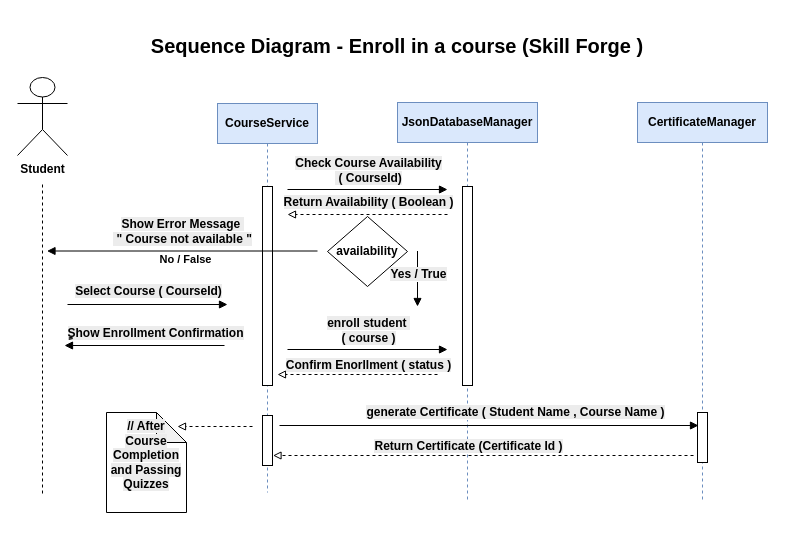
This is Lab6_Sequence_Diagram.drawio from Bodaman74/OOP-Lab6, a draw.io file, before an edit. Source tidied: cells renumbered, new cells numbered last; positions are measured from the earlier drawing's top-left corner, leaving out a move shared by most shapes. Both pictures are drawn from the tidied source at 100%, with x=0, y=0 at pixel (17, 17).
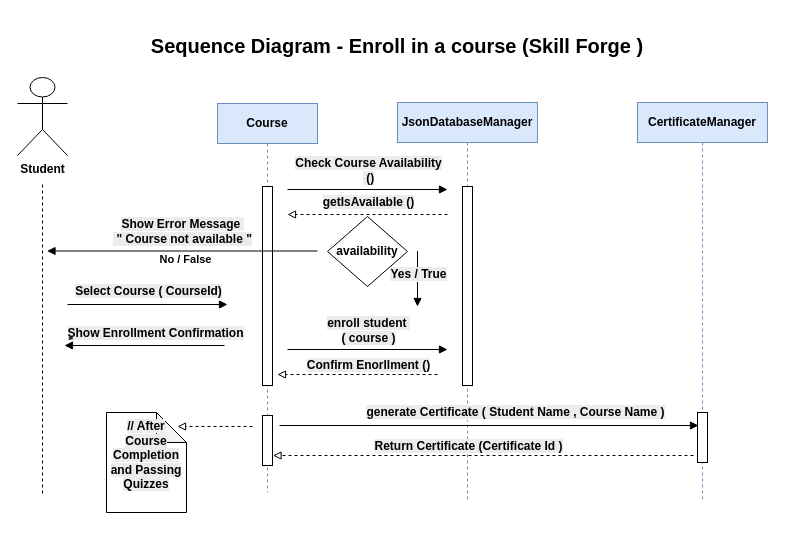
Above is the later version.

Unchanged cells that the change refers to:
```xml
<mxCell id="7" style="html=1;verticalAlign=bottom;labelBackgroundColor=none;endArrow=block;endFill=1;rounded=0;" parent="1" edge="1">
  <mxGeometry relative="1" as="geometry">
    <mxPoint x="270" y="172" as="sourcePoint" />
    <mxPoint x="430" y="172" as="targetPoint" />
  </mxGeometry>
</mxCell>
<mxCell id="9" style="html=1;verticalAlign=bottom;labelBackgroundColor=none;endArrow=block;endFill=0;rounded=0;strokeColor=default;dashed=1;" parent="1" edge="1">
  <mxGeometry relative="1" as="geometry">
    <mxPoint x="430" y="197" as="sourcePoint" />
    <mxPoint x="270" y="197" as="targetPoint" />
  </mxGeometry>
</mxCell>
<mxCell id="13" style="html=1;verticalAlign=bottom;labelBackgroundColor=none;endArrow=block;endFill=0;rounded=0;strokeColor=default;dashed=1;" parent="1" edge="1">
  <mxGeometry relative="1" as="geometry">
    <mxPoint x="420" y="357" as="sourcePoint" />
    <mxPoint x="260" y="357" as="targetPoint" />
  </mxGeometry>
</mxCell>
```

Change to the diagram source:
```diff
@@
-    <mxCell id="4" value="&lt;b&gt;CourseService&lt;/b&gt;" style="shape=umlLifeline;perimeter=lifelinePerimeter;whiteSpace=wrap;html=1;newEdgeStyle={&quot;edgeStyle&quot;:&quot;elbowEdgeStyle&quot;,&quot;elbow&quot;:&quot;vertical&quot;,&quot;curved&quot;:0,&quot;rounded&quot;:0};fillColor=#dae8fc;strokeColor=#6c8ebf;" parent="1" vertex="1">
+    <mxCell id="4" value="&lt;b&gt;Course&lt;/b&gt;" style="shape=umlLifeline;perimeter=lifelinePerimeter;whiteSpace=wrap;html=1;newEdgeStyle={&quot;edgeStyle&quot;:&quot;elbowEdgeStyle&quot;,&quot;elbow&quot;:&quot;vertical&quot;,&quot;curved&quot;:0,&quot;rounded&quot;:0};fillColor=#dae8fc;strokeColor=#6c8ebf;" parent="1" vertex="1">
       <mxGeometry x="200" y="86" width="100" height="389" as="geometry" />
     </mxCell>
@@
-    <mxCell id="8" value="&lt;b style=&quot;font-size: 12px; background-color: rgb(236, 236, 236);&quot;&gt;Check Course Availability&lt;/b&gt;&lt;div&gt;&lt;b style=&quot;font-size: 12px; background-color: rgb(236, 236, 236);&quot;&gt;&amp;nbsp;( CourseId)&lt;/b&gt;&lt;/div&gt;" style="edgeLabel;html=1;align=center;verticalAlign=middle;" parent="7" vertex="1">
+    <mxCell id="8" value="&lt;b style=&quot;font-size: 12px; background-color: rgb(236, 236, 236);&quot;&gt;Check Course Availability&lt;/b&gt;&lt;div&gt;&lt;b style=&quot;font-size: 12px; background-color: rgb(236, 236, 236);&quot;&gt;&amp;nbsp;()&lt;/b&gt;&lt;/div&gt;" style="edgeLabel;html=1;align=center;verticalAlign=middle;" parent="7" vertex="1">
       <mxGeometry x="0.2" y="4" relative="1" as="geometry">
         <mxPoint x="-16" y="-16" as="offset" />
       </mxGeometry>
     </mxCell>
@@
-    <mxCell id="10" value="&lt;b style=&quot;font-size: 12px; background-color: rgb(236, 236, 236);&quot;&gt;Return Availability ( Boolean )&lt;/b&gt;" style="edgeLabel;html=1;align=center;verticalAlign=middle;" parent="9" vertex="1">
+    <mxCell id="10" value="&lt;span style=&quot;font-size: 12px; background-color: rgb(236, 236, 236);&quot;&gt;&lt;b&gt;getIsAvailable ()&lt;/b&gt;&lt;/span&gt;" style="edgeLabel;html=1;align=center;verticalAlign=middle;" parent="9" vertex="1">
       <mxGeometry x="0.2" y="4" relative="1" as="geometry">
         <mxPoint x="16" y="-17" as="offset" />
       </mxGeometry>
     </mxCell>
@@
-    <mxCell id="14" value="&lt;span style=&quot;font-size: 12px; background-color: rgb(236, 236, 236);&quot;&gt;&lt;b&gt;Confirm Enorllment ( status )&lt;/b&gt;&lt;/span&gt;" style="edgeLabel;html=1;align=center;verticalAlign=middle;" parent="13" vertex="1">
+    <mxCell id="14" value="&lt;span style=&quot;font-size: 12px; background-color: rgb(236, 236, 236);&quot;&gt;&lt;b&gt;Confirm Enorllment ()&lt;/b&gt;&lt;/span&gt;" style="edgeLabel;html=1;align=center;verticalAlign=middle;" parent="13" vertex="1">
       <mxGeometry x="0.2" y="4" relative="1" as="geometry">
         <mxPoint x="26" y="-14" as="offset" />
       </mxGeometry>
     </mxCell>
```
